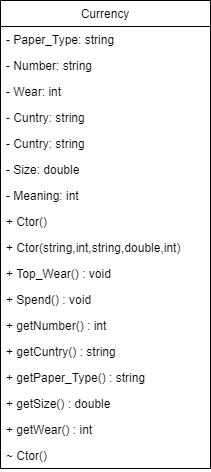
Above: Untitled Diagram.drawio.png in InkaShev7777/UML (draw.io), before the change. Source tidied: cells renumbered, new cells last; positions are measured from the earlier drawing's top-left corner, leaving out a move shared by most shapes. The source it was exported from:
```xml
<mxGraphModel>
  <root>
    <mxCell id="0" />
    <mxCell id="1" parent="0" />
    <mxCell id="2" value="Currency" style="swimlane;fontStyle=0;horizontal=1;startSize=26;fillColor=none;" parent="1" vertex="1">
      <mxGeometry width="210" height="468" as="geometry" />
    </mxCell>
    <mxCell id="3" value="- Paper_Type: string" style="text;strokeColor=none;fillColor=none;align=left;verticalAlign=top;spacingLeft=4;spacingRight=4;overflow=hidden;" parent="2" vertex="1">
      <mxGeometry y="26" width="210" height="26" as="geometry" />
    </mxCell>
    <mxCell id="4" value="- Number: string" style="text;strokeColor=none;fillColor=none;align=left;verticalAlign=top;spacingLeft=4;spacingRight=4;overflow=hidden;" parent="2" vertex="1">
      <mxGeometry y="52" width="210" height="26" as="geometry" />
    </mxCell>
    <mxCell id="5" value="- Wear: int" style="text;strokeColor=none;fillColor=none;align=left;verticalAlign=top;spacingLeft=4;spacingRight=4;overflow=hidden;" parent="2" vertex="1">
      <mxGeometry y="78" width="210" height="26" as="geometry" />
    </mxCell>
    <mxCell id="6" value="- Cuntry: string" style="text;strokeColor=none;fillColor=none;align=left;verticalAlign=top;spacingLeft=4;spacingRight=4;overflow=hidden;" parent="2" vertex="1">
      <mxGeometry y="104" width="210" height="26" as="geometry" />
    </mxCell>
    <mxCell id="7" value="- Cuntry: string" style="text;strokeColor=none;fillColor=none;align=left;verticalAlign=top;spacingLeft=4;spacingRight=4;overflow=hidden;" parent="2" vertex="1">
      <mxGeometry y="130" width="210" height="26" as="geometry" />
    </mxCell>
    <mxCell id="8" value="- Size: double" style="text;strokeColor=none;fillColor=none;align=left;verticalAlign=top;spacingLeft=4;spacingRight=4;overflow=hidden;" parent="2" vertex="1">
      <mxGeometry y="156" width="210" height="26" as="geometry" />
    </mxCell>
    <mxCell id="9" value="- Meaning: int" style="text;strokeColor=none;fillColor=none;align=left;verticalAlign=top;spacingLeft=4;spacingRight=4;overflow=hidden;" parent="2" vertex="1">
      <mxGeometry y="182" width="210" height="26" as="geometry" />
    </mxCell>
    <mxCell id="10" value="+ Ctor()" style="text;strokeColor=none;fillColor=none;align=left;verticalAlign=top;spacingLeft=4;spacingRight=4;overflow=hidden;" parent="2" vertex="1">
      <mxGeometry y="208" width="210" height="26" as="geometry" />
    </mxCell>
    <mxCell id="11" value="+ Ctor(string,int,string,double,int)" style="text;strokeColor=none;fillColor=none;align=left;verticalAlign=top;spacingLeft=4;spacingRight=4;overflow=hidden;" parent="2" vertex="1">
      <mxGeometry y="234" width="210" height="26" as="geometry" />
    </mxCell>
    <mxCell id="12" value="+ Top_Wear() : void" style="text;strokeColor=none;fillColor=none;align=left;verticalAlign=top;spacingLeft=4;spacingRight=4;overflow=hidden;" parent="2" vertex="1">
      <mxGeometry y="260" width="210" height="26" as="geometry" />
    </mxCell>
    <mxCell id="13" value="+ Spend() : void" style="text;strokeColor=none;fillColor=none;align=left;verticalAlign=top;spacingLeft=4;spacingRight=4;overflow=hidden;" parent="2" vertex="1">
      <mxGeometry y="286" width="210" height="26" as="geometry" />
    </mxCell>
    <mxCell id="14" value="+ getNumber() : int" style="text;strokeColor=none;fillColor=none;align=left;verticalAlign=top;spacingLeft=4;spacingRight=4;overflow=hidden;" parent="2" vertex="1">
      <mxGeometry y="312" width="210" height="26" as="geometry" />
    </mxCell>
    <mxCell id="15" value="+ getCuntry() : string" style="text;strokeColor=none;fillColor=none;align=left;verticalAlign=top;spacingLeft=4;spacingRight=4;overflow=hidden;" parent="2" vertex="1">
      <mxGeometry y="338" width="210" height="26" as="geometry" />
    </mxCell>
    <mxCell id="16" value="+ getPaper_Type() : string" style="text;strokeColor=none;fillColor=none;align=left;verticalAlign=top;spacingLeft=4;spacingRight=4;overflow=hidden;" parent="2" vertex="1">
      <mxGeometry y="364" width="210" height="26" as="geometry" />
    </mxCell>
    <mxCell id="17" value="+ getSize() : double" style="text;strokeColor=none;fillColor=none;align=left;verticalAlign=top;spacingLeft=4;spacingRight=4;overflow=hidden;" parent="2" vertex="1">
      <mxGeometry y="390" width="210" height="26" as="geometry" />
    </mxCell>
    <mxCell id="18" value="+ getWear() : int" style="text;strokeColor=none;fillColor=none;align=left;verticalAlign=top;spacingLeft=4;spacingRight=4;overflow=hidden;" parent="2" vertex="1">
      <mxGeometry y="416" width="210" height="26" as="geometry" />
    </mxCell>
    <mxCell id="19" value="~ Ctor()" style="text;strokeColor=none;fillColor=none;align=left;verticalAlign=top;spacingLeft=4;spacingRight=4;overflow=hidden;" parent="2" vertex="1">
      <mxGeometry y="442" width="210" height="26" as="geometry" />
    </mxCell>
  </root>
</mxGraphModel>
```
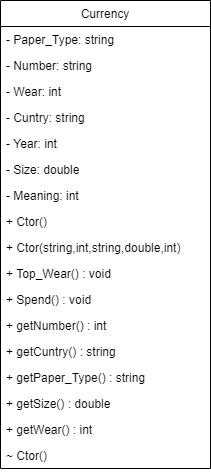
After the change.

Diff of the diagram source:
```diff
@@ -17,7 +17,7 @@
     <mxCell id="6" value="- Cuntry: string" style="text;strokeColor=none;fillColor=none;align=left;verticalAlign=top;spacingLeft=4;spacingRight=4;overflow=hidden;" parent="2" vertex="1">
       <mxGeometry y="104" width="210" height="26" as="geometry" />
     </mxCell>
-    <mxCell id="7" value="- Cuntry: string" style="text;strokeColor=none;fillColor=none;align=left;verticalAlign=top;spacingLeft=4;spacingRight=4;overflow=hidden;" parent="2" vertex="1">
+    <mxCell id="7" value="- Year: int" style="text;strokeColor=none;fillColor=none;align=left;verticalAlign=top;spacingLeft=4;spacingRight=4;overflow=hidden;" parent="2" vertex="1">
       <mxGeometry y="130" width="210" height="26" as="geometry" />
     </mxCell>
     <mxCell id="8" value="- Size: double" style="text;strokeColor=none;fillColor=none;align=left;verticalAlign=top;spacingLeft=4;spacingRight=4;overflow=hidden;" parent="2" vertex="1">
```
